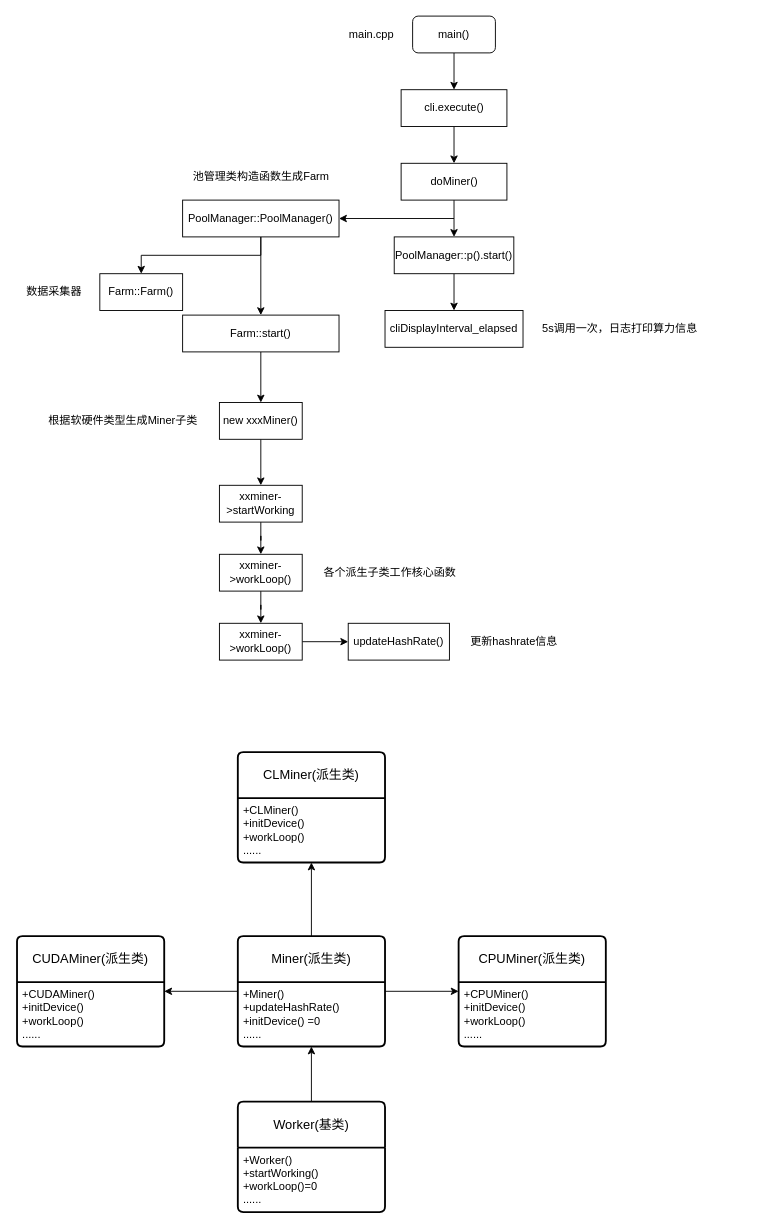
This is doc/gpu-miner.drawio from WeddySong/ceph, a draw.io file, before an edit. Source tidied: cells renumbered, new cells numbered last; positions are measured from the earlier drawing's top-left corner, leaving out a move shared by most shapes. Both pictures are drawn from the tidied source at 92%, with x=0, y=0 at pixel (17, 16).
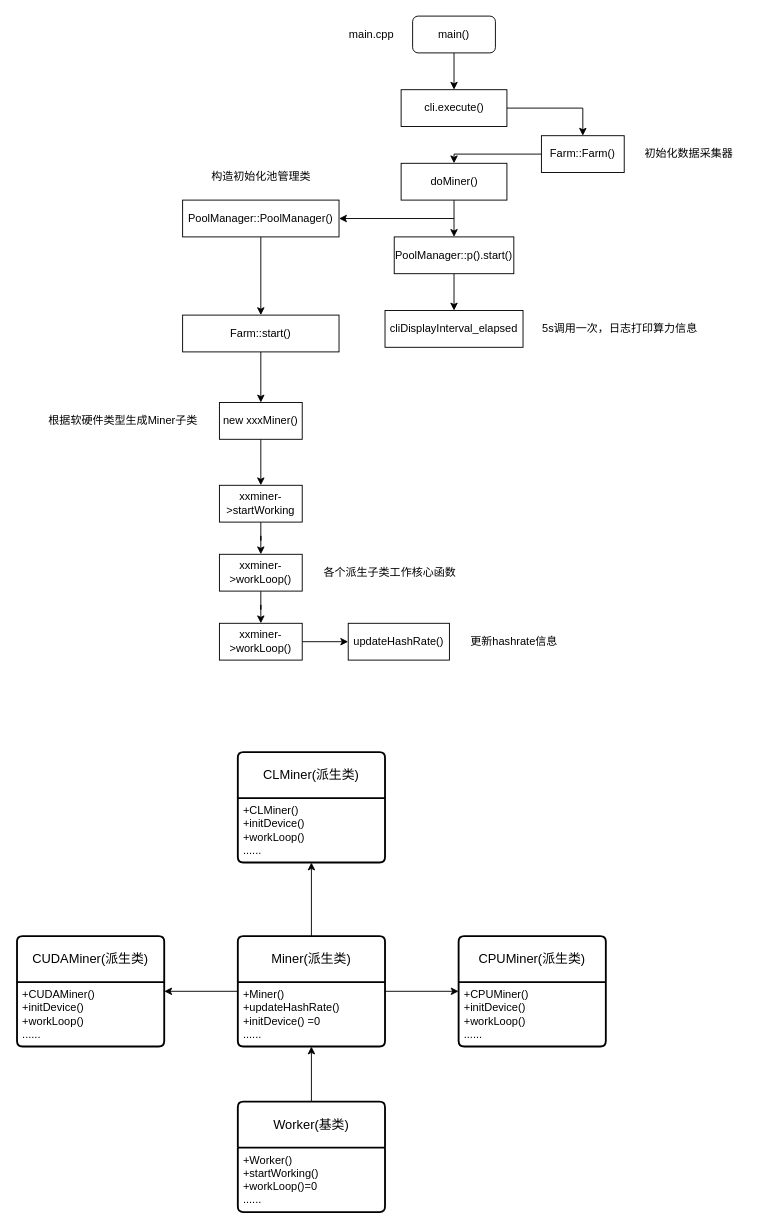
After the change.

The change refers to these unchanged cells:
```xml
<mxCell id="5" value="cli.execute()" style="rounded=0;whiteSpace=wrap;html=1;" parent="1" vertex="1">
  <mxGeometry x="417.5" y="80" width="115" height="40" as="geometry" />
</mxCell>
<mxCell id="8" value="doMiner()" style="rounded=0;whiteSpace=wrap;html=1;" parent="1" vertex="1">
  <mxGeometry x="417.5" y="160" width="115" height="40" as="geometry" />
</mxCell>
<mxCell id="15" value="PoolManager::PoolManager()" style="rounded=0;whiteSpace=wrap;html=1;" parent="1" vertex="1">
  <mxGeometry x="180" y="200" width="170" height="40" as="geometry" />
</mxCell>
```

Diff of the diagram source:
```diff
@@
-    <mxCell id="4" style="edgeStyle=orthogonalEdgeStyle;rounded=0;jettySize=auto;html=1;" parent="1" edge="1" source="5" target="8">
-      <mxGeometry relative="1" as="geometry" />
+    <mxCell id="4" style="edgeStyle=orthogonalEdgeStyle;rounded=0;jettySize=auto;html=1;exitX=0;exitY=0.5;exitDx=0;exitDy=0;" parent="1" edge="1" source="18" target="8">
+      <mxGeometry relative="1" as="geometry">
+        <Array as="points">
+          <mxPoint x="475" y="150" />
+        </Array>
+      </mxGeometry>
     </mxCell>
+    <mxCell id="48" style="edgeStyle=orthogonalEdgeStyle;rounded=0;jettySize=auto;html=1;" parent="1" edge="1" source="5" target="18">
+      <mxGeometry relative="1" as="geometry" />
+    </mxCell>
@@
-    <mxCell id="13" style="edgeStyle=orthogonalEdgeStyle;rounded=0;jettySize=auto;html=1;" parent="1" edge="1" source="15" target="18">
-      <mxGeometry relative="1" as="geometry" />
-    </mxCell>
@@
-    <mxCell id="17" value="池管理类构造函数生成Farm" style="text;html=1;align=center;verticalAlign=middle;strokeColor=none;fillColor=none;" parent="1" vertex="1">
-      <mxGeometry x="180" y="160" width="170" height="30" as="geometry" />
+    <mxCell id="17" value="构造初始化池管理类" style="text;html=1;align=center;verticalAlign=middle;strokeColor=none;fillColor=none;" parent="1" vertex="1">
+      <mxGeometry x="200" y="160" width="130" height="30" as="geometry" />
     </mxCell>
     <mxCell id="18" value="Farm::Farm()" style="rounded=0;whiteSpace=wrap;html=1;" parent="1" vertex="1">
-      <mxGeometry x="90" y="280" width="90" height="40" as="geometry" />
+      <mxGeometry x="570" y="130" width="90" height="40" as="geometry" />
     </mxCell>
-    <mxCell id="19" value="数据采集器" style="text;html=1;align=center;verticalAlign=middle;strokeColor=none;fillColor=none;" parent="1" vertex="1">
-      <mxGeometry y="285" width="80" height="30" as="geometry" />
+    <mxCell id="19" value="初始化数据采集器" style="text;html=1;align=center;verticalAlign=middle;strokeColor=none;fillColor=none;" parent="1" vertex="1">
+      <mxGeometry x="670" y="135" width="120" height="30" as="geometry" />
     </mxCell>
```
